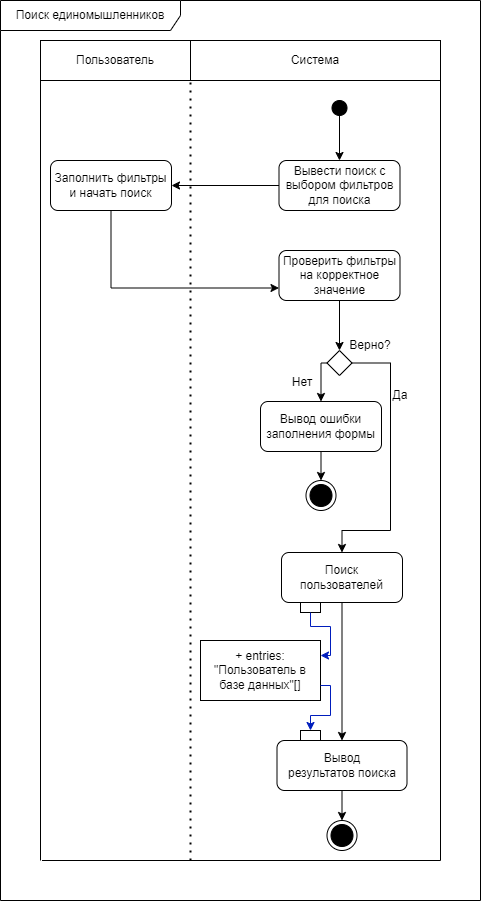
The draw.io diagram docs/activity_diagrams/поиск_единомышленников.png in AS2/habrolink, before a commit. Source tidied: cells renumbered, new cells last; positions are measured from the earlier drawing's top-left corner, leaving out a move shared by most shapes.
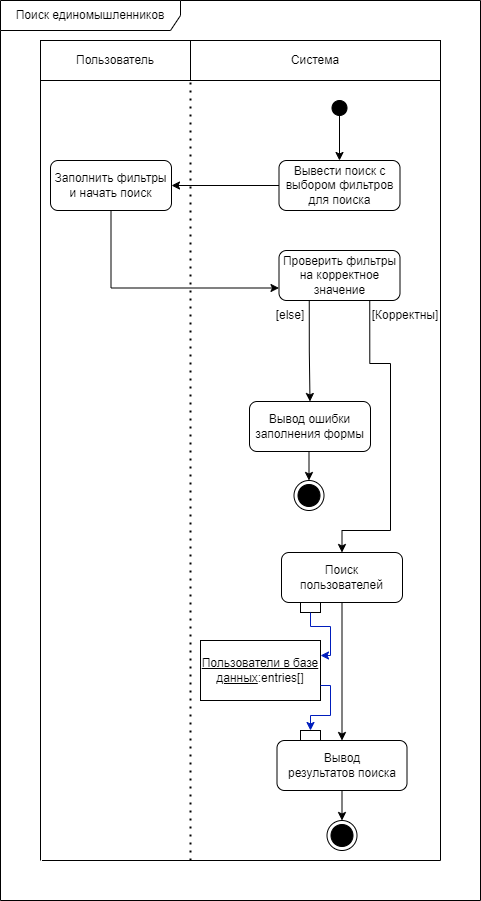
The same file after the commit.

Change to the diagram source:
```diff
@@ -31,36 +31,30 @@
     <mxCell id="10" value="Проверить фильтры на корректное значение" style="text;html=1;strokeColor=default;fillColor=none;align=center;verticalAlign=middle;whiteSpace=wrap;rounded=1;" parent="1" vertex="1">
       <mxGeometry x="278.5" y="250" width="121" height="50" as="geometry" />
     </mxCell>
-    <mxCell id="11" style="endArrow=classic;html=1;rounded=0;exitX=0.5;exitY=1;exitDx=0;exitDy=0;entryX=0.5;entryY=0;entryDx=0;entryDy=0;" parent="1" edge="1" source="10" target="14">
-      <mxGeometry relative="1" as="geometry" />
-    </mxCell>
-    <mxCell id="12" style="edgeStyle=orthogonalEdgeStyle;rounded=0;jettySize=auto;html=1;exitX=1;exitY=0.5;exitDx=0;exitDy=0;entryX=0.5;entryY=0;entryDx=0;entryDy=0;" parent="1" edge="1" source="14">
+    <mxCell id="12" style="edgeStyle=orthogonalEdgeStyle;rounded=0;jettySize=auto;html=1;exitX=0.75;exitY=1;exitDx=0;exitDy=0;entryX=0.5;entryY=0;entryDx=0;entryDy=0;" parent="1" edge="1" source="10">
       <mxGeometry relative="1" as="geometry">
         <mxPoint x="341.5" y="552" as="targetPoint" />
         <Array as="points">
+          <mxPoint x="369" y="363" />
           <mxPoint x="390" y="363" />
           <mxPoint x="390" y="530" />
           <mxPoint x="342" y="530" />
         </Array>
       </mxGeometry>
     </mxCell>
-    <mxCell id="13" style="edgeStyle=orthogonalEdgeStyle;rounded=0;jettySize=auto;html=1;exitX=0.5;exitY=1;exitDx=0;exitDy=0;entryX=0.5;entryY=0;entryDx=0;entryDy=0;" parent="1" edge="1" source="24" target="18">
-      <mxGeometry relative="1" as="geometry" />
+    <mxCell id="13" style="edgeStyle=orthogonalEdgeStyle;rounded=0;jettySize=auto;html=1;exitX=0.5;exitY=1;exitDx=0;exitDy=0;entryX=0.5;entryY=0;entryDx=0;entryDy=0;" parent="1" edge="1" target="18">
+      <mxGeometry relative="1" as="geometry">
+        <mxPoint x="297.5" y="451" as="sourcePoint" />
+      </mxGeometry>
     </mxCell>
-    <mxCell id="14" style="rhombus;whiteSpace=wrap;html=1;" parent="1" vertex="1">
-      <mxGeometry x="326.5" y="350" width="25" height="25" as="geometry" />
-    </mxCell>
-    <mxCell id="15" value="Верно?" style="text;html=1;strokeColor=none;fillColor=none;align=center;verticalAlign=middle;whiteSpace=wrap;rounded=0;" parent="1" vertex="1">
-      <mxGeometry x="339.5" y="330" width="60" height="30" as="geometry" />
-    </mxCell>
-    <mxCell id="16" value="Нет" style="text;html=1;strokeColor=none;fillColor=none;align=center;verticalAlign=middle;whiteSpace=wrap;rounded=0;" parent="1" vertex="1">
-      <mxGeometry x="272" y="367" width="60" height="30" as="geometry" />
+    <mxCell id="16" value="[else]" style="text;html=1;strokeColor=none;fillColor=none;align=center;verticalAlign=middle;whiteSpace=wrap;rounded=0;" parent="1" vertex="1">
+      <mxGeometry x="260" y="300" width="60" height="30" as="geometry" />
     </mxCell>
-    <mxCell id="17" value="Да" style="text;html=1;strokeColor=none;fillColor=none;align=center;verticalAlign=middle;whiteSpace=wrap;rounded=0;" parent="1" vertex="1">
-      <mxGeometry x="370" y="380" width="60" height="30" as="geometry" />
+    <mxCell id="17" value="[Корректны]" style="text;html=1;strokeColor=none;fillColor=none;align=center;verticalAlign=middle;whiteSpace=wrap;rounded=0;" parent="1" vertex="1">
+      <mxGeometry x="375" y="300" width="60" height="30" as="geometry" />
     </mxCell>
     <mxCell id="18" style="ellipse;html=1;shape=endState;fillColor=strokeColor;" parent="1" vertex="1">
-      <mxGeometry x="305.5" y="480" width="30" height="30" as="geometry" />
+      <mxGeometry x="293.5" y="480" width="30" height="30" as="geometry" />
     </mxCell>
     <mxCell id="19" style="endArrow=none;dashed=1;html=1;dashPattern=1 3;strokeWidth=2;rounded=0;entryX=0;entryY=1;entryDx=0;entryDy=0;" parent="1" edge="1" target="4">
       <mxGeometry relative="1" as="geometry">
@@ -78,11 +72,11 @@
     <mxCell id="22" style="endArrow=classic;html=1;rounded=0;exitX=0.5;exitY=1;exitDx=0;exitDy=0;entryX=0.5;entryY=0;entryDx=0;entryDy=0;" parent="1" edge="1" source="21" target="26">
       <mxGeometry relative="1" as="geometry" />
     </mxCell>
-    <mxCell id="23" style="edgeStyle=orthogonalEdgeStyle;rounded=0;jettySize=auto;html=1;exitX=0;exitY=0.5;exitDx=0;exitDy=0;entryX=0.5;entryY=0;entryDx=0;entryDy=0;" parent="1" edge="1" source="14" target="24">
+    <mxCell id="23" style="edgeStyle=orthogonalEdgeStyle;rounded=0;jettySize=auto;html=1;exitX=0.25;exitY=1;exitDx=0;exitDy=0;entryX=0.5;entryY=0;entryDx=0;entryDy=0;" parent="1" edge="1" source="10" target="24">
       <mxGeometry relative="1" as="geometry" />
     </mxCell>
     <mxCell id="24" value="Вывод ошибки заполнения формы" style="text;html=1;strokeColor=default;fillColor=none;align=center;verticalAlign=middle;whiteSpace=wrap;rounded=1;" parent="1" vertex="1">
-      <mxGeometry x="260" y="401" width="121" height="50" as="geometry" />
+      <mxGeometry x="249" y="401" width="121" height="50" as="geometry" />
     </mxCell>
     <mxCell id="25" style="endArrow=none;html=1;rounded=0;entryX=0;entryY=1;entryDx=0;entryDy=0;" parent="1" edge="1">
       <mxGeometry relative="1" as="geometry">
@@ -108,7 +102,7 @@
     <mxCell id="30" value="Поиск единомышленников" style="shape=umlFrame;whiteSpace=wrap;html=1;width=180;height=30;" parent="1" vertex="1">
       <mxGeometry width="480" height="900" as="geometry" />
     </mxCell>
-    <mxCell id="31" value="+ entries: &quot;Пользователь в базе данных&quot;[]" style="rounded=0;whiteSpace=wrap;html=1;" parent="1" vertex="1">
+    <mxCell id="31" value="&lt;u&gt;Пользователи в базе данных&lt;/u&gt;:entries[]" style="rounded=0;whiteSpace=wrap;html=1;" parent="1" vertex="1">
       <mxGeometry x="200" y="640" width="120" height="60" as="geometry" />
     </mxCell>
     <mxCell id="32" style="rounded=0;whiteSpace=wrap;html=1;" parent="1" vertex="1">
```
